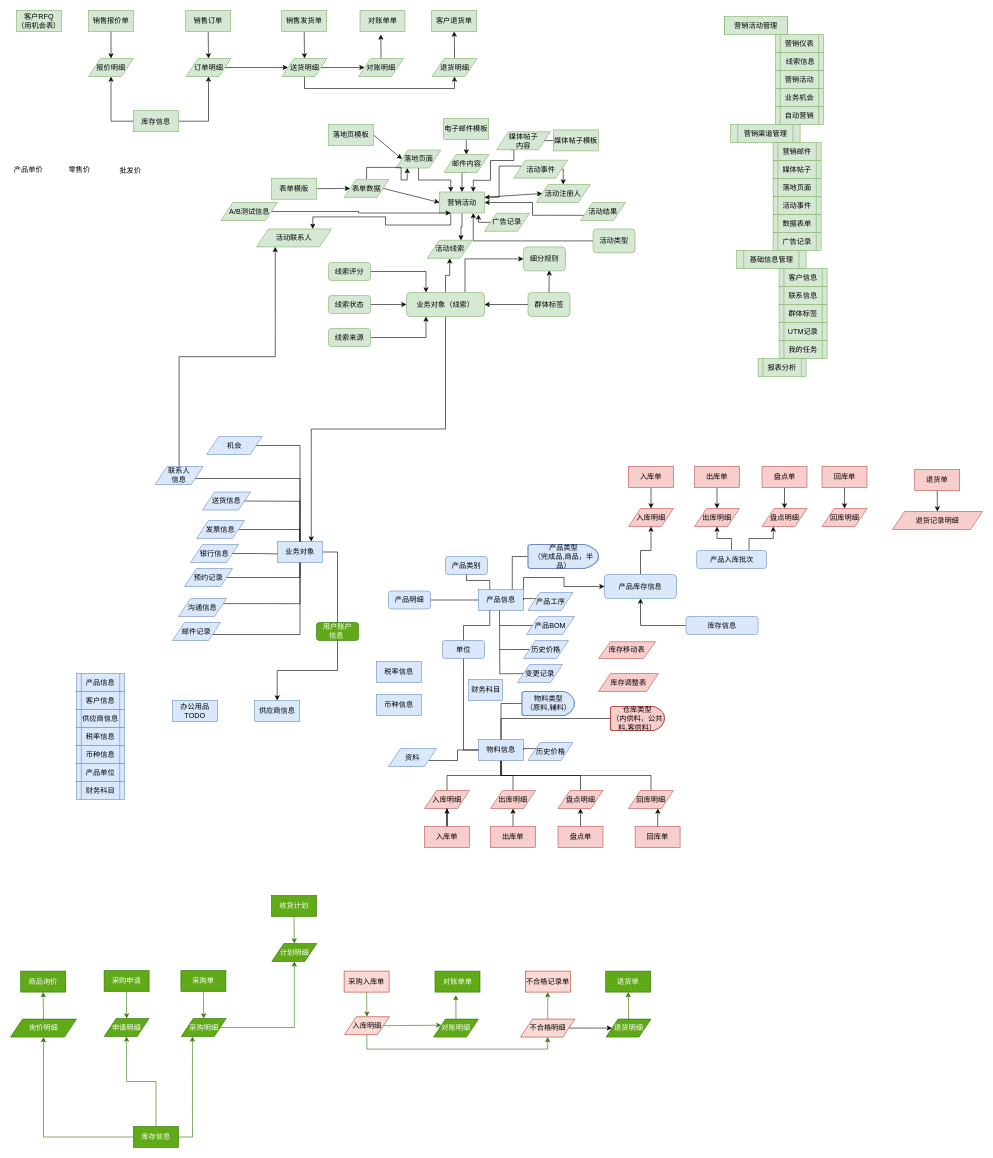
sbosleo/sbosmobile keeps this draw.io diagram as page "ER" (1 of 7) of ERDiagram.drawio. Above is the earlier version. Source tidied: cells renumbered, new cells numbered last; positions are measured from the earlier drawing's top-left corner, leaving out a move shared by most shapes. Both pictures are drawn from the tidied source at 60%, with x=0, y=0 at pixel (10, 10).
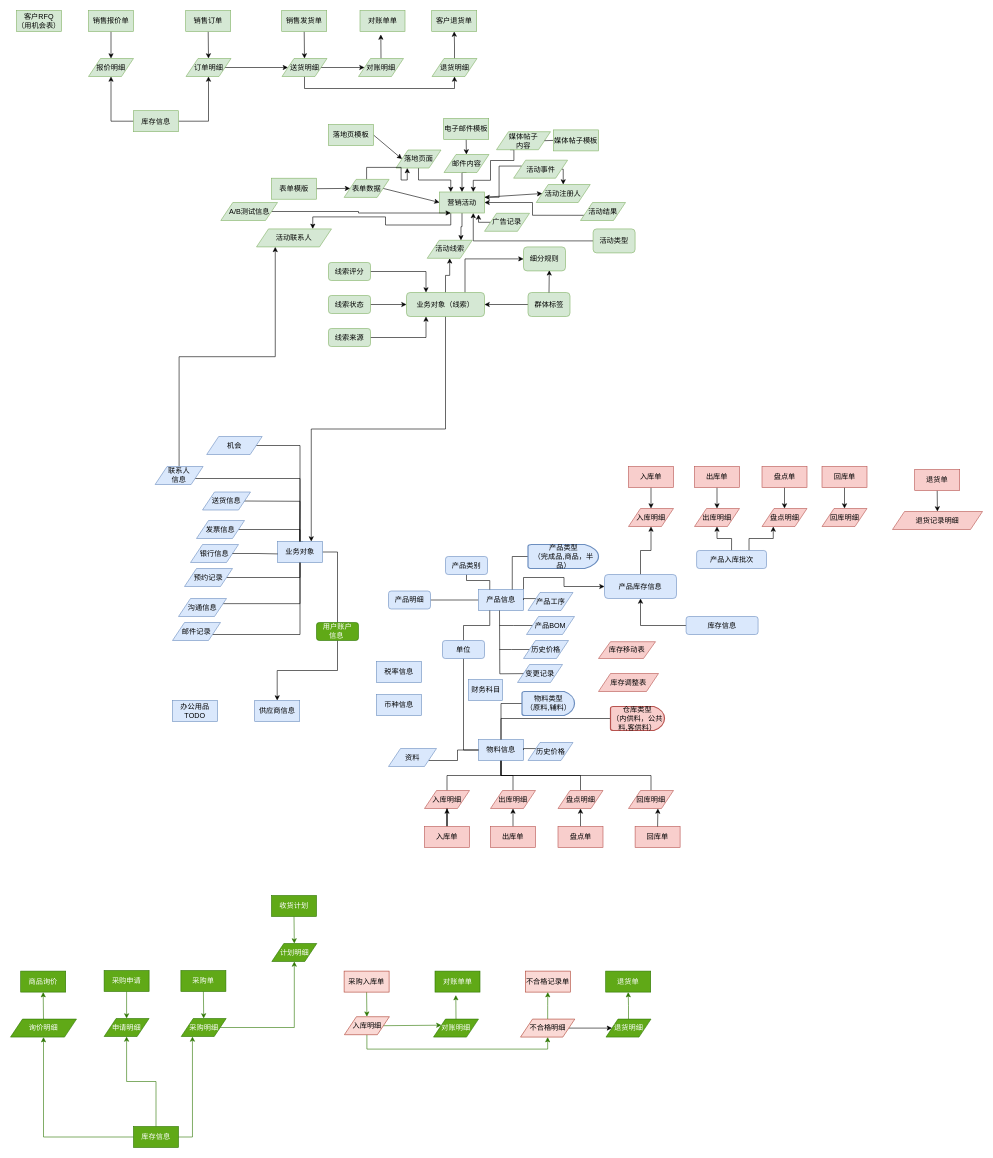
Above is the later version.

Diff of the diagram source:
```diff
@@
-    <mxCell id="135" value="营销活动" style="shape=process;whiteSpace=wrap;html=1;backgroundOutline=1;fillColor=#d5e8d4;strokeColor=#82b366;" parent="1" vertex="1">
-      <mxGeometry x="1275" y="100" width="80" height="30" as="geometry" />
-    </mxCell>
-    <mxCell id="136" value="营销邮件" style="shape=process;whiteSpace=wrap;html=1;backgroundOutline=1;fillColor=#d5e8d4;strokeColor=#82b366;" parent="1" vertex="1">
-      <mxGeometry x="1271" y="220" width="80" height="30" as="geometry" />
-    </mxCell>
-    <mxCell id="137" value="媒体帖子" style="shape=process;whiteSpace=wrap;html=1;backgroundOutline=1;fillColor=#d5e8d4;strokeColor=#82b366;" parent="1" vertex="1">
-      <mxGeometry x="1271" y="250" width="80" height="30" as="geometry" />
-    </mxCell>
-    <mxCell id="138" value="营销仪表" style="shape=process;whiteSpace=wrap;html=1;backgroundOutline=1;fillColor=#d5e8d4;strokeColor=#82b366;" parent="1" vertex="1">
-      <mxGeometry x="1275" y="40" width="80" height="30" as="geometry" />
-    </mxCell>
-    <mxCell id="139" value="营销渠道管理" style="shape=process;whiteSpace=wrap;html=1;backgroundOutline=1;fillColor=#d5e8d4;strokeColor=#82b366;" parent="1" vertex="1">
-      <mxGeometry x="1200" y="190" width="116" height="30" as="geometry" />
-    </mxCell>
-    <mxCell id="140" value="基础信息管理" style="shape=process;whiteSpace=wrap;html=1;backgroundOutline=1;fillColor=#d5e8d4;strokeColor=#82b366;" parent="1" vertex="1">
-      <mxGeometry x="1210" y="400" width="116" height="30" as="geometry" />
-    </mxCell>
-    <mxCell id="141" value="广告记录" style="shape=process;whiteSpace=wrap;html=1;backgroundOutline=1;fillColor=#d5e8d4;strokeColor=#82b366;" parent="1" vertex="1">
-      <mxGeometry x="1271" y="370" width="80" height="30" as="geometry" />
-    </mxCell>
-    <mxCell id="142" value="客户信息" style="shape=process;whiteSpace=wrap;html=1;backgroundOutline=1;fillColor=#d5e8d4;strokeColor=#82b366;" parent="1" vertex="1">
-      <mxGeometry x="1281" y="430" width="80" height="30" as="geometry" />
-    </mxCell>
-    <mxCell id="143" value="联系信息" style="shape=process;whiteSpace=wrap;html=1;backgroundOutline=1;fillColor=#d5e8d4;strokeColor=#82b366;" parent="1" vertex="1">
-      <mxGeometry x="1281" y="460" width="80" height="30" as="geometry" />
-    </mxCell>
-    <mxCell id="144" value="&amp;nbsp;线索信息" style="shape=process;whiteSpace=wrap;html=1;backgroundOutline=1;fillColor=#d5e8d4;strokeColor=#82b366;" parent="1" vertex="1">
-      <mxGeometry x="1275" y="70" width="80" height="30" as="geometry" />
-    </mxCell>
-    <mxCell id="145" value="落地页面" style="shape=process;whiteSpace=wrap;html=1;backgroundOutline=1;fillColor=#d5e8d4;strokeColor=#82b366;" parent="1" vertex="1">
-      <mxGeometry x="1271" y="280" width="80" height="30" as="geometry" />
-    </mxCell>
-    <mxCell id="146" value="活动事件" style="shape=process;whiteSpace=wrap;html=1;backgroundOutline=1;fillColor=#d5e8d4;strokeColor=#82b366;" parent="1" vertex="1">
-      <mxGeometry x="1271" y="310" width="80" height="30" as="geometry" />
-    </mxCell>
-    <mxCell id="147" value="数据表单" style="shape=process;whiteSpace=wrap;html=1;backgroundOutline=1;fillColor=#d5e8d4;strokeColor=#82b366;" parent="1" vertex="1">
-      <mxGeometry x="1271" y="340" width="80" height="30" as="geometry" />
-    </mxCell>
-    <mxCell id="148" value="业务机会" style="shape=process;whiteSpace=wrap;html=1;backgroundOutline=1;fillColor=#d5e8d4;strokeColor=#82b366;" parent="1" vertex="1">
-      <mxGeometry x="1275" y="130" width="80" height="30" as="geometry" />
-    </mxCell>
-    <mxCell id="149" value="群体&lt;span style=&quot;background-color: initial;&quot;&gt;标签&lt;/span&gt;" style="shape=process;whiteSpace=wrap;html=1;backgroundOutline=1;fillColor=#d5e8d4;strokeColor=#82b366;" parent="1" vertex="1">
-      <mxGeometry x="1281" y="490" width="80" height="30" as="geometry" />
-    </mxCell>
-    <mxCell id="150" value="UTM记录" style="shape=process;whiteSpace=wrap;html=1;backgroundOutline=1;fillColor=#d5e8d4;strokeColor=#82b366;" parent="1" vertex="1">
-      <mxGeometry x="1281" y="520" width="80" height="30" as="geometry" />
-    </mxCell>
-    <mxCell id="151" value="自动营销" style="shape=process;whiteSpace=wrap;html=1;backgroundOutline=1;fillColor=#d5e8d4;strokeColor=#82b366;" parent="1" vertex="1">
-      <mxGeometry x="1275" y="160" width="80" height="30" as="geometry" />
-    </mxCell>
-    <mxCell id="152" value="报表分析" style="shape=process;whiteSpace=wrap;html=1;backgroundOutline=1;fillColor=#d5e8d4;strokeColor=#82b366;" parent="1" vertex="1">
-      <mxGeometry x="1246" y="580" width="80" height="30" as="geometry" />
-    </mxCell>
-    <mxCell id="153" value="我的任务" style="shape=process;whiteSpace=wrap;html=1;backgroundOutline=1;fillColor=#d5e8d4;strokeColor=#82b366;" parent="1" vertex="1">
-      <mxGeometry x="1281" y="550" width="80" height="30" as="geometry" />
-    </mxCell>
@@
-    <mxCell id="158" value="供应商信息" style="shape=process;whiteSpace=wrap;html=1;backgroundOutline=1;fillColor=#dae8fc;strokeColor=#6c8ebf;" parent="1" vertex="1">
-      <mxGeometry x="110" y="1165" width="80" height="30" as="geometry" />
-    </mxCell>
-    <mxCell id="159" value="税率信息" style="shape=process;whiteSpace=wrap;html=1;backgroundOutline=1;fillColor=#dae8fc;strokeColor=#6c8ebf;" parent="1" vertex="1">
-      <mxGeometry x="110" y="1195" width="80" height="30" as="geometry" />
-    </mxCell>
-    <mxCell id="160" value="客户信息" style="shape=process;whiteSpace=wrap;html=1;backgroundOutline=1;fillColor=#dae8fc;strokeColor=#6c8ebf;" parent="1" vertex="1">
-      <mxGeometry x="110" y="1135" width="80" height="30" as="geometry" />
-    </mxCell>
-    <mxCell id="161" value="币种信息" style="shape=process;whiteSpace=wrap;html=1;backgroundOutline=1;fillColor=#dae8fc;strokeColor=#6c8ebf;" parent="1" vertex="1">
-      <mxGeometry x="110" y="1225" width="80" height="30" as="geometry" />
-    </mxCell>
-    <mxCell id="162" value="产品信息" style="shape=process;whiteSpace=wrap;html=1;backgroundOutline=1;fillColor=#dae8fc;strokeColor=#6c8ebf;" parent="1" vertex="1">
-      <mxGeometry x="110" y="1105" width="80" height="30" as="geometry" />
-    </mxCell>
-    <mxCell id="163" value="产品单位" style="shape=process;whiteSpace=wrap;html=1;backgroundOutline=1;fillColor=#dae8fc;strokeColor=#6c8ebf;" parent="1" vertex="1">
-      <mxGeometry x="110" y="1255" width="80" height="30" as="geometry" />
-    </mxCell>
-    <mxCell id="164" value="财务科目" style="shape=process;whiteSpace=wrap;html=1;backgroundOutline=1;fillColor=#dae8fc;strokeColor=#6c8ebf;" parent="1" vertex="1">
-      <mxGeometry x="110" y="1285" width="80" height="30" as="geometry" />
-    </mxCell>
@@
-    <mxCell id="191" value="零售价" style="text;html=1;align=center;verticalAlign=middle;whiteSpace=wrap;rounded=0;" parent="1" vertex="1">
-      <mxGeometry x="85" y="249.5" width="60" height="30" as="geometry" />
-    </mxCell>
-    <mxCell id="192" value="批发价" style="text;html=1;align=center;verticalAlign=middle;whiteSpace=wrap;rounded=0;" parent="1" vertex="1">
-      <mxGeometry x="170" y="251.5" width="60" height="30" as="geometry" />
-    </mxCell>
-    <mxCell id="193" value="产品单价" style="text;html=1;align=center;verticalAlign=middle;whiteSpace=wrap;rounded=0;" parent="1" vertex="1">
-      <mxGeometry y="250" width="60" height="30" as="geometry" />
-    </mxCell>
-    <mxCell id="194" value="营销活动管理" style="shape=process;whiteSpace=wrap;html=1;backgroundOutline=1;fillColor=#d5e8d4;strokeColor=#82b366;size=0;" parent="1" vertex="1">
-      <mxGeometry x="1190" y="10" width="105" height="30" as="geometry" />
-    </mxCell>
```
